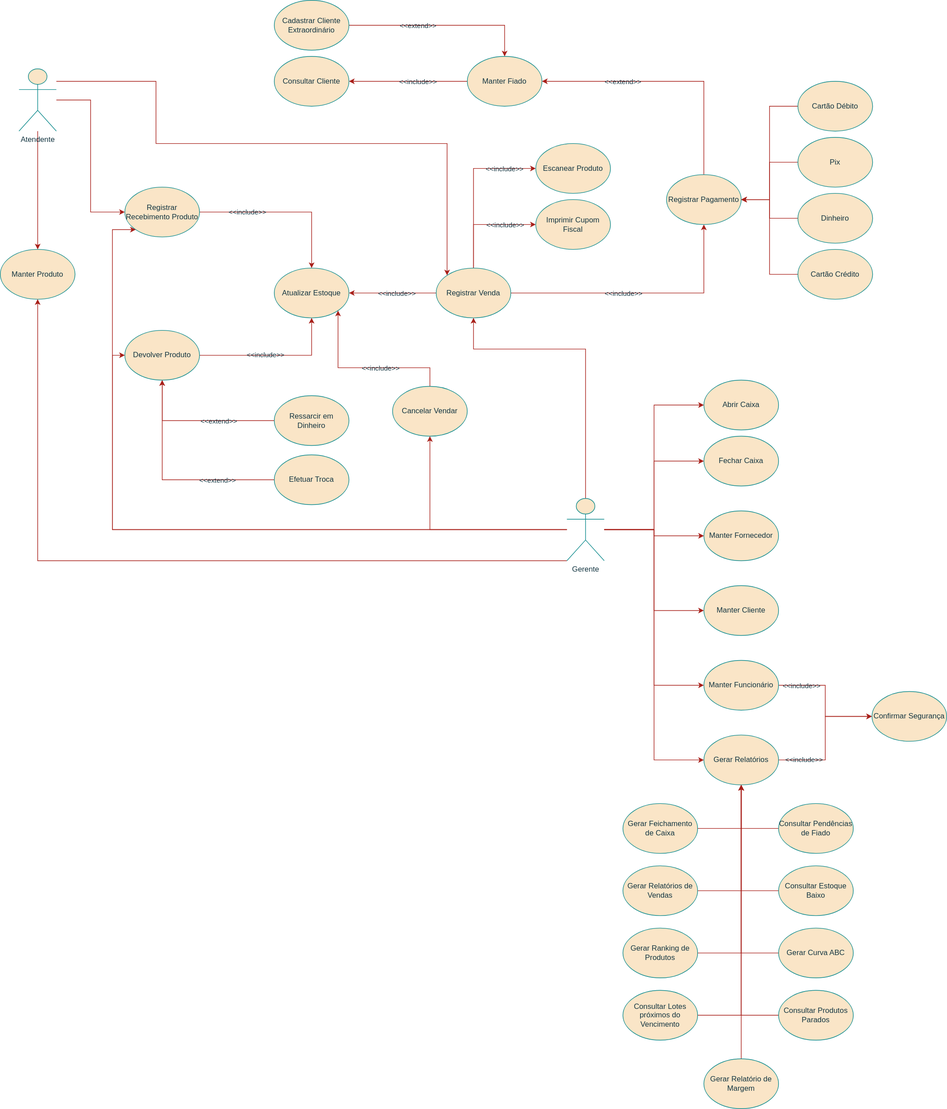
The draw.io diagram docs/UseCaseDiagram.drawio.svg in MathVitor/hoshin-pdv, before a commit. Source tidied: cells renumbered, new cells last; positions are measured from the earlier drawing's top-left corner, leaving out a move shared by most shapes.
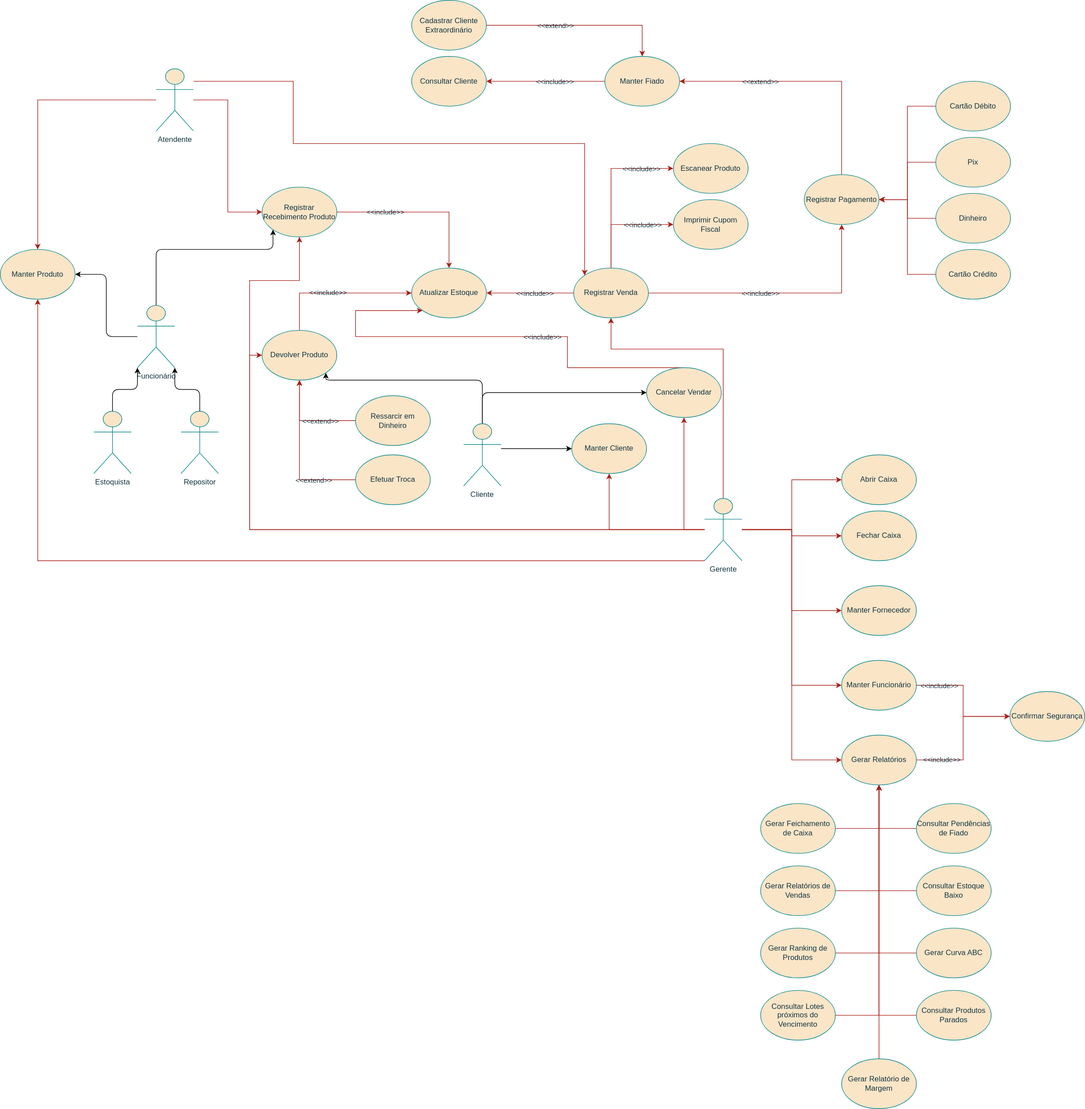
After the change.

What changed in the source:
```diff
@@ -40,10 +40,14 @@
       <mxGeometry x="440" y="430" width="120" height="80" as="geometry" />
     </mxCell>
     <mxCell id="13" value="Manter Produto" style="ellipse;whiteSpace=wrap;html=1;labelBackgroundColor=none;fillColor=#FAE5C7;strokeColor=#0F8B8D;fontColor=#143642;rounded=0;" parent="1" vertex="1">
-      <mxGeometry y="400" width="120" height="80" as="geometry" />
+      <mxGeometry x="-220" y="400" width="120" height="80" as="geometry" />
     </mxCell>
-    <mxCell id="14" style="edgeStyle=orthogonalEdgeStyle;rounded=0;jettySize=auto;html=1;entryX=0.5;entryY=1;entryDx=0;entryDy=0;labelBackgroundColor=none;strokeColor=#A8201A;fontColor=default;" parent="1" edge="1" source="16" target="12">
-      <mxGeometry relative="1" as="geometry" />
+    <mxCell id="14" style="edgeStyle=orthogonalEdgeStyle;rounded=0;jettySize=auto;html=1;entryX=0;entryY=0.5;entryDx=0;entryDy=0;labelBackgroundColor=none;strokeColor=#A8201A;fontColor=default;" parent="1" edge="1" source="16" target="12">
+      <mxGeometry relative="1" as="geometry">
+        <Array as="points">
+          <mxPoint x="260" y="470" />
+        </Array>
+      </mxGeometry>
     </mxCell>
     <mxCell id="15" value="&amp;lt;&amp;lt;include&amp;gt;&amp;gt;" style="edgeLabel;html=1;align=center;verticalAlign=middle;labelBackgroundColor=none;fontColor=#143642;rounded=0;" parent="14" vertex="1">
       <mxGeometry x="-0.12" y="1" relative="1" as="geometry" />
@@ -60,7 +64,7 @@
       </mxGeometry>
     </mxCell>
     <mxCell id="19" value="Ressarcir em Dinheiro" style="ellipse;whiteSpace=wrap;html=1;labelBackgroundColor=none;fillColor=#FAE5C7;strokeColor=#0F8B8D;fontColor=#143642;rounded=0;" parent="1" vertex="1">
-      <mxGeometry x="440" y="635" width="120" height="80" as="geometry" />
+      <mxGeometry x="350" y="635" width="120" height="80" as="geometry" />
     </mxCell>
     <mxCell id="20" style="edgeStyle=orthogonalEdgeStyle;rounded=0;jettySize=auto;html=1;labelBackgroundColor=none;strokeColor=#A8201A;fontColor=default;" parent="1" edge="1" source="22">
       <mxGeometry relative="1" as="geometry">
@@ -73,7 +77,7 @@
       </mxGeometry>
     </mxCell>
     <mxCell id="22" value="Efetuar Troca" style="ellipse;whiteSpace=wrap;html=1;labelBackgroundColor=none;fillColor=#FAE5C7;strokeColor=#0F8B8D;fontColor=#143642;rounded=0;" parent="1" vertex="1">
-      <mxGeometry x="440" y="730" width="120" height="80" as="geometry" />
+      <mxGeometry x="350" y="730" width="120" height="80" as="geometry" />
     </mxCell>
     <mxCell id="23" style="edgeStyle=orthogonalEdgeStyle;rounded=0;jettySize=auto;html=1;entryX=1;entryY=0.5;entryDx=0;entryDy=0;labelBackgroundColor=none;strokeColor=#A8201A;fontColor=default;" parent="1" edge="1" source="31" target="12">
       <mxGeometry relative="1" as="geometry" />
@@ -149,11 +153,12 @@
     <mxCell id="44" value="Cartão Crédito" style="ellipse;whiteSpace=wrap;html=1;labelBackgroundColor=none;fillColor=#FAE5C7;strokeColor=#0F8B8D;fontColor=#143642;rounded=0;" parent="1" vertex="1">
       <mxGeometry x="1281" y="400" width="120" height="80" as="geometry" />
     </mxCell>
-    <mxCell id="45" style="edgeStyle=orthogonalEdgeStyle;rounded=0;jettySize=auto;html=1;exitX=0.5;exitY=0;exitDx=0;exitDy=0;entryX=1;entryY=1;entryDx=0;entryDy=0;labelBackgroundColor=none;strokeColor=#A8201A;fontColor=default;" parent="1" edge="1" source="47" target="12">
+    <mxCell id="45" style="edgeStyle=orthogonalEdgeStyle;rounded=0;jettySize=auto;html=1;exitX=0.5;exitY=0;exitDx=0;exitDy=0;entryX=0;entryY=1;entryDx=0;entryDy=0;labelBackgroundColor=none;strokeColor=#A8201A;fontColor=default;" parent="1" edge="1" source="47" target="12">
       <mxGeometry relative="1" as="geometry">
         <Array as="points">
-          <mxPoint x="690" y="590" />
-          <mxPoint x="542" y="590" />
+          <mxPoint x="690" y="540" />
+          <mxPoint x="350" y="540" />
+          <mxPoint x="350" y="498" />
         </Array>
       </mxGeometry>
     </mxCell>
@@ -163,19 +168,19 @@
       </mxGeometry>
     </mxCell>
     <mxCell id="47" value="Cancelar Vendar" style="ellipse;whiteSpace=wrap;html=1;labelBackgroundColor=none;fillColor=#FAE5C7;strokeColor=#0F8B8D;fontColor=#143642;rounded=0;" parent="1" vertex="1">
-      <mxGeometry x="630" y="620" width="120" height="80" as="geometry" />
+      <mxGeometry x="817" y="590" width="120" height="80" as="geometry" />
     </mxCell>
     <mxCell id="48" value="Abrir Caixa" style="ellipse;whiteSpace=wrap;html=1;labelBackgroundColor=none;fillColor=#FAE5C7;strokeColor=#0F8B8D;fontColor=#143642;rounded=0;" parent="1" vertex="1">
-      <mxGeometry x="1130" y="610" width="120" height="80" as="geometry" />
+      <mxGeometry x="1130" y="730" width="120" height="80" as="geometry" />
     </mxCell>
     <mxCell id="49" value="Fechar Caixa" style="ellipse;whiteSpace=wrap;html=1;labelBackgroundColor=none;fillColor=#FAE5C7;strokeColor=#0F8B8D;fontColor=#143642;rounded=0;" parent="1" vertex="1">
-      <mxGeometry x="1130" y="700" width="120" height="80" as="geometry" />
+      <mxGeometry x="1130" y="820" width="120" height="80" as="geometry" />
     </mxCell>
     <mxCell id="50" value="Manter Fornecedor" style="ellipse;whiteSpace=wrap;html=1;labelBackgroundColor=none;fillColor=#FAE5C7;strokeColor=#0F8B8D;fontColor=#143642;rounded=0;" parent="1" vertex="1">
-      <mxGeometry x="1130" y="820" width="120" height="80" as="geometry" />
+      <mxGeometry x="1130" y="940" width="120" height="80" as="geometry" />
     </mxCell>
     <mxCell id="51" value="Manter Cliente" style="ellipse;whiteSpace=wrap;html=1;labelBackgroundColor=none;fillColor=#FAE5C7;strokeColor=#0F8B8D;fontColor=#143642;rounded=0;" parent="1" vertex="1">
-      <mxGeometry x="1130" y="940" width="120" height="80" as="geometry" />
+      <mxGeometry x="697" y="680" width="120" height="80" as="geometry" />
     </mxCell>
     <mxCell id="52" style="edgeStyle=orthogonalEdgeStyle;rounded=0;jettySize=auto;html=1;entryX=0;entryY=0.5;entryDx=0;entryDy=0;labelBackgroundColor=none;strokeColor=#A8201A;fontColor=default;" parent="1" edge="1" source="54" target="58">
       <mxGeometry relative="1" as="geometry" />
@@ -273,8 +278,12 @@
     <mxCell id="80" style="edgeStyle=orthogonalEdgeStyle;rounded=0;jettySize=auto;html=1;entryX=0;entryY=0.5;entryDx=0;entryDy=0;labelBackgroundColor=none;strokeColor=#A8201A;fontColor=default;" parent="1" edge="1" source="88" target="50">
       <mxGeometry relative="1" as="geometry" />
     </mxCell>
-    <mxCell id="81" style="edgeStyle=orthogonalEdgeStyle;rounded=0;jettySize=auto;html=1;entryX=0;entryY=0.5;entryDx=0;entryDy=0;labelBackgroundColor=none;strokeColor=#A8201A;fontColor=default;" parent="1" edge="1" source="88" target="51">
-      <mxGeometry relative="1" as="geometry" />
+    <mxCell id="81" style="edgeStyle=orthogonalEdgeStyle;rounded=0;jettySize=auto;html=1;entryX=0.5;entryY=1;entryDx=0;entryDy=0;labelBackgroundColor=none;strokeColor=#A8201A;fontColor=default;" parent="1" edge="1" source="88" target="51">
+      <mxGeometry relative="1" as="geometry">
+        <Array as="points">
+          <mxPoint x="757" y="850" />
+        </Array>
+      </mxGeometry>
     </mxCell>
     <mxCell id="82" style="edgeStyle=orthogonalEdgeStyle;rounded=0;jettySize=auto;html=1;entryX=0;entryY=0.5;entryDx=0;entryDy=0;labelBackgroundColor=none;strokeColor=#A8201A;fontColor=default;" parent="1" edge="1" source="88" target="16">
       <mxGeometry relative="1" as="geometry" />
@@ -287,11 +296,12 @@
         </Array>
       </mxGeometry>
     </mxCell>
-    <mxCell id="84" style="edgeStyle=orthogonalEdgeStyle;rounded=0;jettySize=auto;html=1;entryX=0;entryY=1;entryDx=0;entryDy=0;labelBackgroundColor=none;strokeColor=#A8201A;fontColor=default;" parent="1" edge="1" source="88" target="11">
+    <mxCell id="84" style="edgeStyle=orthogonalEdgeStyle;rounded=0;jettySize=auto;html=1;entryX=0.5;entryY=1;entryDx=0;entryDy=0;labelBackgroundColor=none;strokeColor=#A8201A;fontColor=default;" parent="1" edge="1" source="88" target="11">
       <mxGeometry relative="1" as="geometry">
         <Array as="points">
           <mxPoint x="180" y="850" />
-          <mxPoint x="180" y="368" />
+          <mxPoint x="180" y="450" />
+          <mxPoint x="260" y="450" />
         </Array>
       </mxGeometry>
     </mxCell>
@@ -302,7 +312,11 @@
       <mxGeometry relative="1" as="geometry" />
     </mxCell>
     <mxCell id="87" style="edgeStyle=orthogonalEdgeStyle;rounded=0;jettySize=auto;html=1;entryX=0.5;entryY=1;entryDx=0;entryDy=0;labelBackgroundColor=none;strokeColor=#A8201A;fontColor=default;" parent="1" edge="1" source="88" target="47">
-      <mxGeometry relative="1" as="geometry" />
+      <mxGeometry relative="1" as="geometry">
+        <Array as="points">
+          <mxPoint x="877" y="850" />
+        </Array>
+      </mxGeometry>
     </mxCell>
     <mxCell id="88" value="Gerente" style="shape=umlActor;verticalLabelPosition=bottom;verticalAlign=top;html=1;outlineConnect=0;labelBackgroundColor=none;fillColor=#FAE5C7;strokeColor=#0F8B8D;fontColor=#143642;rounded=0;" parent="1" vertex="1">
       <mxGeometry x="910" y="800" width="60" height="100" as="geometry" />
@@ -325,5 +339,67 @@
     <mxCell id="92" value="Atendente" style="shape=umlActor;verticalLabelPosition=bottom;verticalAlign=top;html=1;outlineConnect=0;labelBackgroundColor=none;fillColor=#FAE5C7;strokeColor=#0F8B8D;fontColor=#143642;rounded=0;" parent="1" vertex="1">
       <mxGeometry x="30" y="110" width="60" height="100" as="geometry" />
     </mxCell>
+    <mxCell id="93" style="edgeStyle=orthogonalEdgeStyle;jettySize=auto;html=1;entryX=0;entryY=0.5;entryDx=0;entryDy=0;" parent="1" edge="1" source="96" target="47">
+      <mxGeometry relative="1" as="geometry">
+        <Array as="points">
+          <mxPoint x="554" y="630" />
+        </Array>
+      </mxGeometry>
+    </mxCell>
+    <mxCell id="94" style="edgeStyle=orthogonalEdgeStyle;jettySize=auto;html=1;entryX=1;entryY=1;entryDx=0;entryDy=0;" parent="1" edge="1" source="96" target="16">
+      <mxGeometry relative="1" as="geometry">
+        <Array as="points">
+          <mxPoint x="554" y="610" />
+          <mxPoint x="302" y="610" />
+        </Array>
+      </mxGeometry>
+    </mxCell>
+    <mxCell id="95" style="edgeStyle=orthogonalEdgeStyle;jettySize=auto;html=1;entryX=0;entryY=0.5;entryDx=0;entryDy=0;" parent="1" edge="1" source="96" target="51">
+      <mxGeometry relative="1" as="geometry">
+        <Array as="points">
+          <mxPoint x="610" y="720" />
+          <mxPoint x="610" y="720" />
+        </Array>
+      </mxGeometry>
+    </mxCell>
+    <mxCell id="96" value="Cliente" style="shape=umlActor;verticalLabelPosition=bottom;verticalAlign=top;html=1;outlineConnect=0;labelBackgroundColor=none;fillColor=#FAE5C7;strokeColor=#0F8B8D;fontColor=#143642;rounded=0;" parent="1" vertex="1">
+      <mxGeometry x="523.5" y="680" width="60" height="100" as="geometry" />
+    </mxCell>
+    <mxCell id="97" style="edgeStyle=orthogonalEdgeStyle;jettySize=auto;html=1;entryX=0;entryY=1;entryDx=0;entryDy=0;" parent="1" edge="1" source="99" target="11">
+      <mxGeometry relative="1" as="geometry">
+        <Array as="points">
+          <mxPoint x="30" y="400" />
+          <mxPoint x="218" y="400" />
+        </Array>
+      </mxGeometry>
+    </mxCell>
+    <mxCell id="98" style="edgeStyle=orthogonalEdgeStyle;jettySize=auto;html=1;entryX=1;entryY=0.5;entryDx=0;entryDy=0;" parent="1" edge="1" source="99" target="13">
+      <mxGeometry relative="1" as="geometry" />
+    </mxCell>
+    <mxCell id="99" value="Funcionário" style="shape=umlActor;verticalLabelPosition=bottom;verticalAlign=top;html=1;outlineConnect=0;labelBackgroundColor=none;fillColor=#FAE5C7;strokeColor=#0F8B8D;fontColor=#143642;rounded=0;" parent="1" vertex="1">
+      <mxGeometry y="490" width="60" height="100" as="geometry" />
+    </mxCell>
+    <mxCell id="100" value="Estoquista" style="shape=umlActor;verticalLabelPosition=bottom;verticalAlign=top;html=1;outlineConnect=0;labelBackgroundColor=none;fillColor=#FAE5C7;strokeColor=#0F8B8D;fontColor=#143642;rounded=0;" parent="1" vertex="1">
+      <mxGeometry x="-70" y="660" width="60" height="100" as="geometry" />
+    </mxCell>
+    <mxCell id="101" value="Repositor" style="shape=umlActor;verticalLabelPosition=bottom;verticalAlign=top;html=1;outlineConnect=0;labelBackgroundColor=none;fillColor=#FAE5C7;strokeColor=#0F8B8D;fontColor=#143642;rounded=0;" parent="1" vertex="1">
+      <mxGeometry x="70" y="660" width="60" height="100" as="geometry" />
+    </mxCell>
+    <mxCell id="102" style="edgeStyle=orthogonalEdgeStyle;jettySize=auto;html=1;entryX=0;entryY=1;entryDx=0;entryDy=0;entryPerimeter=0;" parent="1" edge="1" source="100" target="99">
+      <mxGeometry relative="1" as="geometry">
+        <Array as="points">
+          <mxPoint x="-40" y="625" />
+          <mxPoint y="625" />
+        </Array>
+      </mxGeometry>
+    </mxCell>
+    <mxCell id="103" style="edgeStyle=orthogonalEdgeStyle;jettySize=auto;html=1;entryX=1;entryY=1;entryDx=0;entryDy=0;entryPerimeter=0;" parent="1" edge="1" source="101" target="99">
+      <mxGeometry relative="1" as="geometry">
+        <Array as="points">
+          <mxPoint x="100" y="625" />
+          <mxPoint x="60" y="625" />
+        </Array>
+      </mxGeometry>
+    </mxCell>
   </root>
 </mxGraphModel>
```
